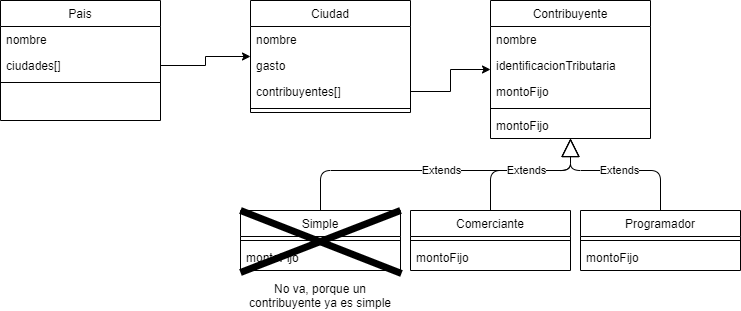
Above: Practico 5/src/ejercicio4/Ejercicio 4 p5 - Diagram.png in fdcrespi/programacion2 (draw.io), before the change. Source tidied: cells renumbered, new cells last; positions are measured from the earlier drawing's top-left corner, leaving out a move shared by most shapes.
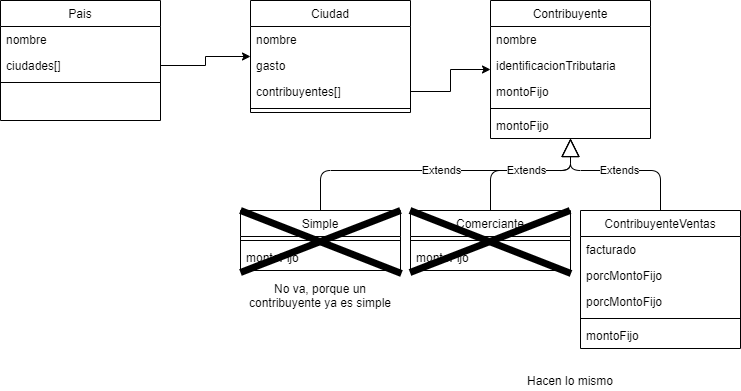
After the commit.

Commit message:
Se agrego ejercicio 1 p7

Diff of the diagram source:
```diff
@@ -73,17 +73,38 @@
     <mxCell id="24" style="line;strokeWidth=1;fillColor=none;align=left;verticalAlign=middle;spacingTop=-1;spacingLeft=3;spacingRight=3;labelPosition=right;" parent="23" vertex="1">
       <mxGeometry y="26" width="160" height="8" as="geometry" />
     </mxCell>
+    <mxCell id="35" style="endArrow=none;html=1;strokeWidth=7;exitX=0;exitY=1.077;exitDx=0;exitDy=0;exitPerimeter=0;" parent="23" edge="1">
+      <mxGeometry relative="1" as="geometry">
+        <mxPoint x="-0.5" y="62" as="sourcePoint" />
+        <mxPoint x="159.5" as="targetPoint" />
+      </mxGeometry>
+    </mxCell>
+    <mxCell id="36" style="endArrow=none;html=1;strokeWidth=7;entryX=0;entryY=0;entryDx=0;entryDy=0;exitX=1.006;exitY=1.115;exitDx=0;exitDy=0;exitPerimeter=0;" parent="23" edge="1">
+      <mxGeometry relative="1" as="geometry">
+        <mxPoint x="160.5" y="63" as="sourcePoint" />
+        <mxPoint x="-0.5" as="targetPoint" />
+      </mxGeometry>
+    </mxCell>
     <mxCell id="25" value="montoFijo" style="text;strokeColor=none;fillColor=none;align=left;verticalAlign=top;spacingLeft=4;spacingRight=4;overflow=hidden;" parent="23" vertex="1">
       <mxGeometry y="34" width="160" height="26" as="geometry" />
     </mxCell>
-    <mxCell id="26" value="Programador" style="swimlane;fontStyle=0;align=center;verticalAlign=top;horizontal=1;startSize=26;" parent="1" vertex="1">
-      <mxGeometry x="580" y="210" width="160" height="60" as="geometry" />
+    <mxCell id="26" value="ContribuyenteVentas" style="swimlane;fontStyle=0;align=center;verticalAlign=top;horizontal=1;startSize=26;" parent="1" vertex="1">
+      <mxGeometry x="580" y="210" width="160" height="138" as="geometry" />
     </mxCell>
+    <mxCell id="37" value="facturado" style="text;strokeColor=none;fillColor=none;align=left;verticalAlign=top;spacingLeft=4;spacingRight=4;overflow=hidden;" parent="26" vertex="1">
+      <mxGeometry y="26" width="160" height="26" as="geometry" />
+    </mxCell>
+    <mxCell id="38" value="porcMontoFijo" style="text;strokeColor=none;fillColor=none;align=left;verticalAlign=top;spacingLeft=4;spacingRight=4;overflow=hidden;" parent="26" vertex="1">
+      <mxGeometry y="52" width="160" height="26" as="geometry" />
+    </mxCell>
+    <mxCell id="39" value="porcMontoFijo" style="text;strokeColor=none;fillColor=none;align=left;verticalAlign=top;spacingLeft=4;spacingRight=4;overflow=hidden;" parent="26" vertex="1">
+      <mxGeometry y="78" width="160" height="26" as="geometry" />
+    </mxCell>
     <mxCell id="27" style="line;strokeWidth=1;fillColor=none;align=left;verticalAlign=middle;spacingTop=-1;spacingLeft=3;spacingRight=3;labelPosition=right;" parent="26" vertex="1">
-      <mxGeometry y="26" width="160" height="8" as="geometry" />
+      <mxGeometry y="104" width="160" height="8" as="geometry" />
     </mxCell>
     <mxCell id="28" value="montoFijo" style="text;strokeColor=none;fillColor=none;align=left;verticalAlign=top;spacingLeft=4;spacingRight=4;overflow=hidden;" parent="26" vertex="1">
-      <mxGeometry y="34" width="160" height="26" as="geometry" />
+      <mxGeometry y="112" width="160" height="26" as="geometry" />
     </mxCell>
     <mxCell id="29" style="edgeStyle=orthogonalEdgeStyle;rounded=0;jettySize=auto;html=1;" parent="1" edge="1" source="10" target="12">
       <mxGeometry relative="1" as="geometry" />
@@ -118,5 +139,8 @@
     <mxCell id="34" value="No va, porque un contribuyente ya es simple" style="text;html=1;strokeColor=none;fillColor=none;align=center;verticalAlign=middle;whiteSpace=wrap;rounded=0;" parent="1" vertex="1">
       <mxGeometry x="245" y="280" width="150" height="30" as="geometry" />
     </mxCell>
+    <mxCell id="40" value="Hacen lo mismo" style="text;html=1;strokeColor=none;fillColor=none;align=center;verticalAlign=middle;whiteSpace=wrap;rounded=0;" parent="1" vertex="1">
+      <mxGeometry x="505" y="370" width="130" height="20" as="geometry" />
+    </mxCell>
   </root>
 </mxGraphModel>
```
